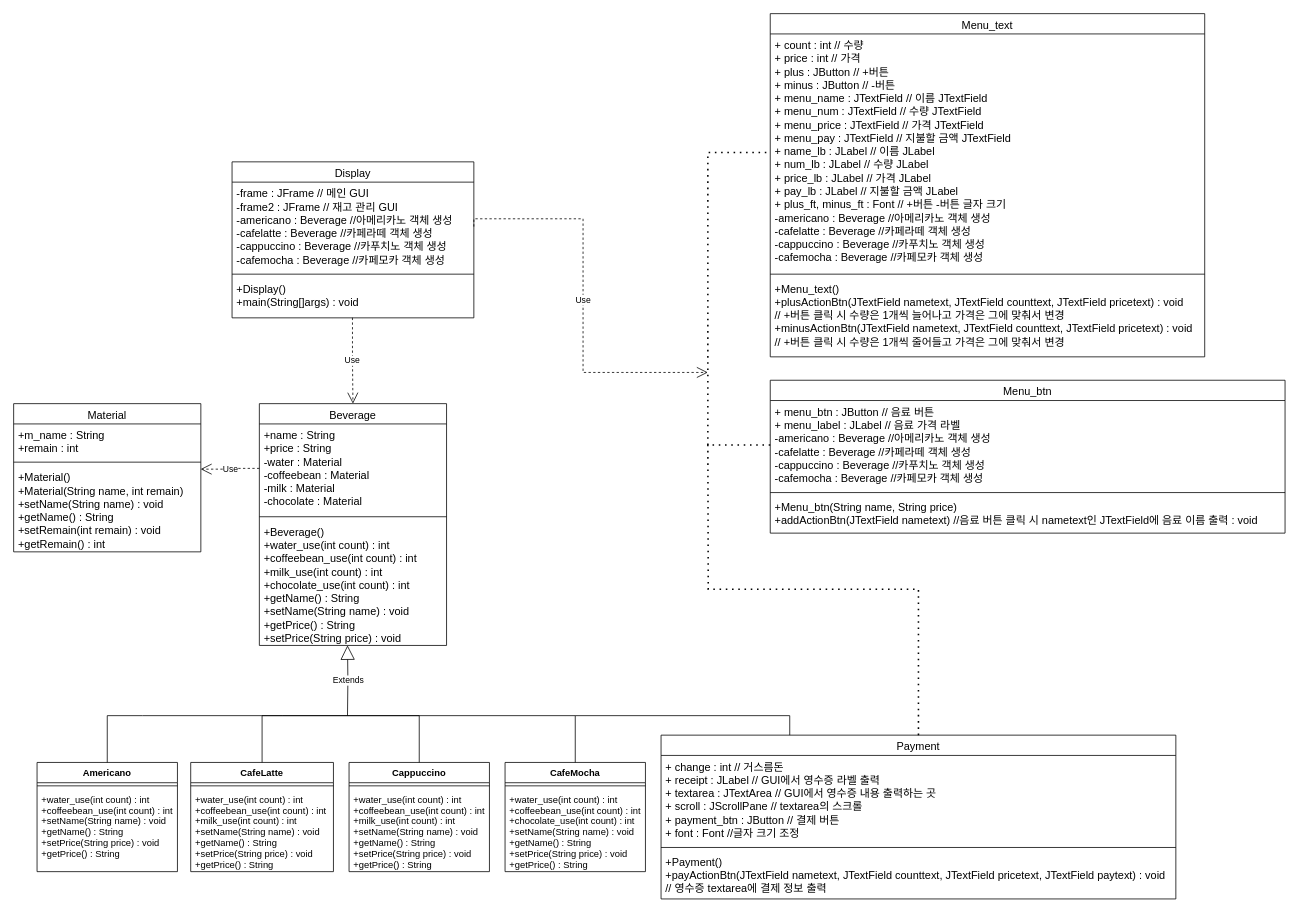
Before: Untitled Diagram.drawio in ans2568/Messenger, a draw.io diagram. Source tidied: cells renumbered, new cells numbered last; positions are measured from the earlier drawing's top-left corner, leaving out a move shared by most shapes. Both pictures are drawn from the tidied source at 78%, with x=0, y=0 at pixel (13, 13).
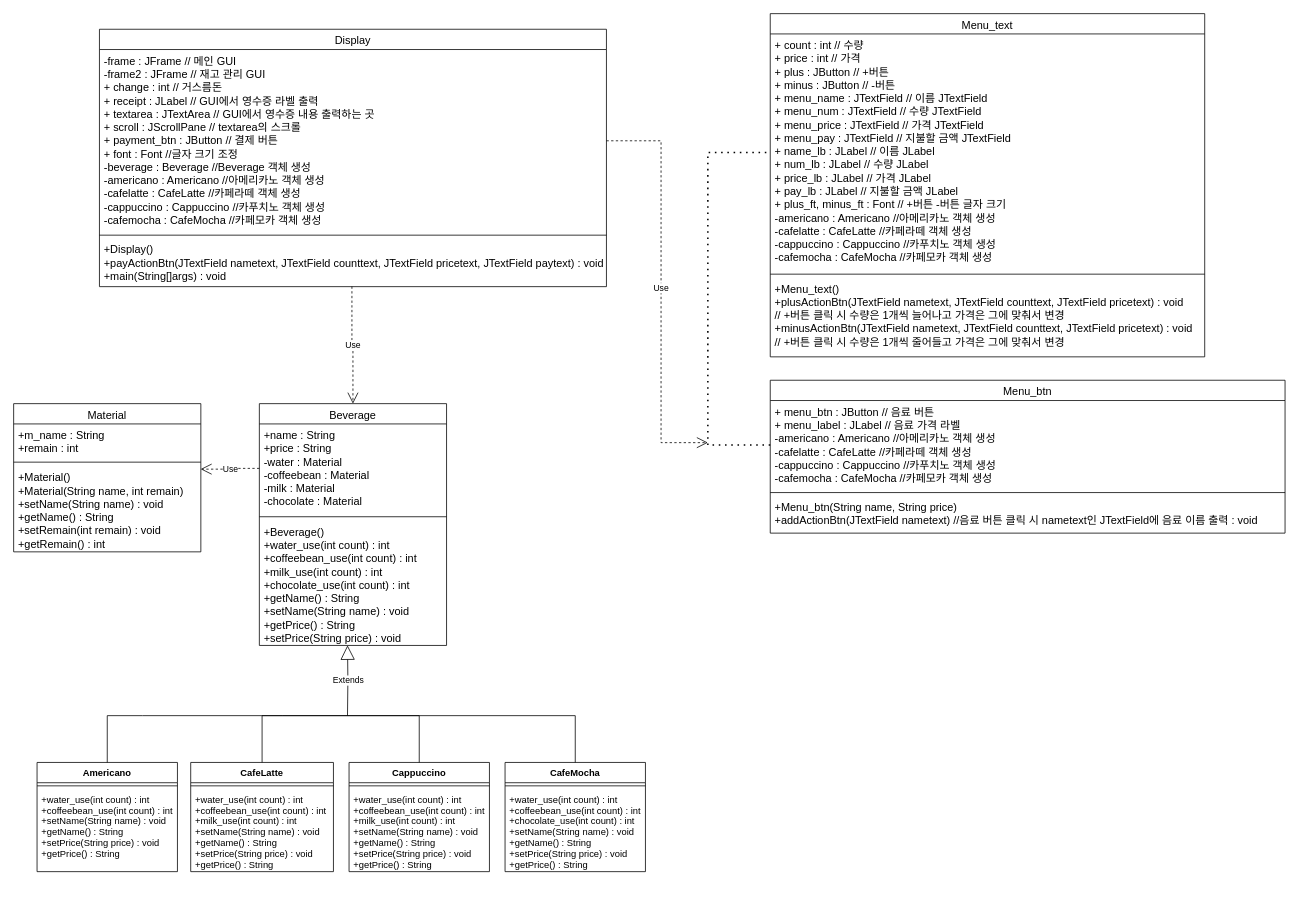
The same diagram, later.

The change refers to these unchanged cells:
```xml
<mxCell id="14" value="Menu_btn" style="swimlane;fontStyle=0;align=center;verticalAlign=top;horizontal=1;startSize=26;rounded=0;shadow=0;strokeWidth=1;fontSize=14;" parent="1" vertex="1">
  <mxGeometry x="970" y="470" width="660" height="196" as="geometry" />
</mxCell>
<mxCell id="18" value="Menu_text" style="swimlane;fontStyle=0;align=center;verticalAlign=top;horizontal=1;startSize=26;rounded=0;shadow=0;strokeWidth=1;fontSize=14;" parent="1" vertex="1">
  <mxGeometry x="970" width="557" height="440" as="geometry" />
</mxCell>
```

Change to the diagram source:
```diff
@@
     <mxCell id="6" value="Display" style="swimlane;fontStyle=0;align=center;verticalAlign=top;horizontal=1;startSize=26;rounded=0;shadow=0;strokeWidth=1;fontSize=14;" parent="1" vertex="1">
-      <mxGeometry x="280" y="190" width="310" height="200" as="geometry" />
+      <mxGeometry x="110" y="20" width="650" height="330" as="geometry" />
     </mxCell>
-    <mxCell id="7" value="-frame : JFrame // 메인 GUI&#10;-frame2 : JFrame // 재고 관리 GUI&#10;-americano : Beverage //아메리카노 객체 생성&#10;-cafelatte : Beverage //카페라떼 객체 생성&#10;-cappuccino : Beverage //카푸치노 객체 생성&#10;-cafemocha : Beverage //카페모카 객체 생성" style="text;align=left;verticalAlign=top;spacingLeft=4;spacingRight=4;overflow=hidden;points=[[0,0.5],[1,0.5]];portConstraint=eastwest;fontSize=14;" parent="6" vertex="1">
-      <mxGeometry y="26" width="310" height="114" as="geometry" />
+    <mxCell id="7" value="-frame : JFrame // 메인 GUI&#10;-frame2 : JFrame // 재고 관리 GUI&#10;+ change : int // 거스름돈&#10;+ receipt : JLabel // GUI에서 영수증 라벨 출력&#10;+ textarea : JTextArea // GUI에서 영수증 내용 출력하는 곳&#10;+ scroll : JScrollPane // textarea의 스크롤&#10;+ payment_btn : JButton // 결제 버튼&#10;+ font : Font //글자 크기 조정&#10;-beverage : Beverage //Beverage 객체 생성&#10;-americano : Americano //아메리카노 객체 생성&#10;-cafelatte : CafeLatte //카페라떼 객체 생성&#10;-cappuccino : Cappuccino //카푸치노 객체 생성&#10;-cafemocha : CafeMocha //카페모카 객체 생성" style="text;align=left;verticalAlign=top;spacingLeft=4;spacingRight=4;overflow=hidden;points=[[0,0.5],[1,0.5]];portConstraint=eastwest;fontSize=14;" parent="6" vertex="1">
+      <mxGeometry y="26" width="650" height="234" as="geometry" />
     </mxCell>
     <mxCell id="8" style="line;html=1;strokeWidth=1;align=left;verticalAlign=middle;spacingTop=-1;spacingLeft=3;spacingRight=3;labelPosition=right;fontSize=14;" parent="6" vertex="1">
-      <mxGeometry y="140" width="310" height="8" as="geometry" />
+      <mxGeometry y="260" width="650" height="8" as="geometry" />
     </mxCell>
-    <mxCell id="9" value="+Display()&#10;+main(String[]args) : void" style="text;strokeColor=none;fillColor=none;align=left;verticalAlign=top;spacingLeft=4;spacingRight=4;overflow=hidden;points=[[0,0.5],[1,0.5]];portConstraint=eastwest;fontSize=14;" parent="6" vertex="1">
-      <mxGeometry y="148" width="310" height="52" as="geometry" />
+    <mxCell id="9" value="+Display()&#10;+payActionBtn(JTextField nametext, JTextField counttext, JTextField pricetext, JTextField paytext) : void&#10;+main(String[]args) : void" style="text;strokeColor=none;fillColor=none;align=left;verticalAlign=top;spacingLeft=4;spacingRight=4;overflow=hidden;points=[[0,0.5],[1,0.5]];portConstraint=eastwest;fontSize=14;" parent="6" vertex="1">
+      <mxGeometry y="268" width="650" height="62" as="geometry" />
     </mxCell>
-    <mxCell id="10" value="Payment" style="swimlane;fontStyle=0;align=center;verticalAlign=top;horizontal=1;startSize=26;rounded=0;shadow=0;strokeWidth=1;fontSize=14;" parent="1" vertex="1">
-      <mxGeometry x="830" y="925" width="660" height="210" as="geometry" />
-    </mxCell>
-    <mxCell id="11" value="+ change : int // 거스름돈&#10;+ receipt : JLabel // GUI에서 영수증 라벨 출력&#10;+ textarea : JTextArea // GUI에서 영수증 내용 출력하는 곳&#10;+ scroll : JScrollPane // textarea의 스크롤&#10;+ payment_btn : JButton // 결제 버튼&#10;+ font : Font //글자 크기 조정" style="text;align=left;verticalAlign=top;spacingLeft=4;spacingRight=4;overflow=hidden;fontSize=14;" parent="10" vertex="1">
-      <mxGeometry y="26" width="660" height="114" as="geometry" />
-    </mxCell>
-    <mxCell id="12" style="line;html=1;strokeWidth=1;align=left;verticalAlign=middle;spacingTop=-1;spacingLeft=3;spacingRight=3;labelPosition=right;fontSize=14;" parent="10" vertex="1">
-      <mxGeometry y="140" width="660" height="8" as="geometry" />
-    </mxCell>
-    <mxCell id="13" value="+Payment() &#10;+payActionBtn(JTextField nametext, JTextField counttext, JTextField pricetext, JTextField paytext) : void&#10;// 영수증 textarea에 결제 정보 출력" style="text;align=left;verticalAlign=top;spacingLeft=4;spacingRight=4;overflow=hidden;fontSize=14;" parent="10" vertex="1">
-      <mxGeometry y="148" width="660" height="62" as="geometry" />
-    </mxCell>
@@
-    <mxCell id="15" value="+ menu_btn : JButton // 음료 버튼&#10;+ menu_label : JLabel // 음료 가격 라벨&#10;-americano : Beverage //아메리카노 객체 생성&#10;-cafelatte : Beverage //카페라떼 객체 생성&#10;-cappuccino : Beverage //카푸치노 객체 생성&#10;-cafemocha : Beverage //카페모카 객체 생성" style="text;align=left;verticalAlign=top;spacingLeft=4;spacingRight=4;overflow=hidden;points=[[0,0.5],[1,0.5]];portConstraint=eastwest;fontSize=14;" parent="14" vertex="1">
+    <mxCell id="15" value="+ menu_btn : JButton // 음료 버튼&#10;+ menu_label : JLabel // 음료 가격 라벨&#10;-americano : Americano //아메리카노 객체 생성&#10;-cafelatte : CafeLatte //카페라떼 객체 생성&#10;-cappuccino : Cappuccino //카푸치노 객체 생성&#10;-cafemocha : CafeMocha //카페모카 객체 생성" style="text;align=left;verticalAlign=top;spacingLeft=4;spacingRight=4;overflow=hidden;points=[[0,0.5],[1,0.5]];portConstraint=eastwest;fontSize=14;" parent="14" vertex="1">
       <mxGeometry y="26" width="660" height="114" as="geometry" />
     </mxCell>
@@
-    <mxCell id="19" value="+ count : int // 수량&#10;+ price : int // 가격&#10;+ plus : JButton // +버튼&#10;+ minus : JButton // -버튼&#10;+ menu_name : JTextField // 이름 JTextField&#10;+ menu_num : JTextField // 수량 JTextField&#10;+ menu_price : JTextField // 가격 JTextField&#10;+ menu_pay : JTextField // 지불할 금액 JTextField&#10;+ name_lb : JLabel // 이름 JLabel&#10;+ num_lb : JLabel // 수량 JLabel&#10;+ price_lb : JLabel // 가격 JLabel&#10;+ pay_lb : JLabel // 지불할 금액 JLabel&#10;+ plus_ft, minus_ft : Font // +버튼 -버튼 글자 크기&#10;-americano : Beverage //아메리카노 객체 생성&#10;-cafelatte : Beverage //카페라떼 객체 생성&#10;-cappuccino : Beverage //카푸치노 객체 생성&#10;-cafemocha : Beverage //카페모카 객체 생성" style="text;align=left;verticalAlign=top;spacingLeft=4;spacingRight=4;overflow=hidden;points=[[0,0.5],[1,0.5]];portConstraint=eastwest;fontSize=14;" parent="18" vertex="1">
+    <mxCell id="19" value="+ count : int // 수량&#10;+ price : int // 가격&#10;+ plus : JButton // +버튼&#10;+ minus : JButton // -버튼&#10;+ menu_name : JTextField // 이름 JTextField&#10;+ menu_num : JTextField // 수량 JTextField&#10;+ menu_price : JTextField // 가격 JTextField&#10;+ menu_pay : JTextField // 지불할 금액 JTextField&#10;+ name_lb : JLabel // 이름 JLabel&#10;+ num_lb : JLabel // 수량 JLabel&#10;+ price_lb : JLabel // 가격 JLabel&#10;+ pay_lb : JLabel // 지불할 금액 JLabel&#10;+ plus_ft, minus_ft : Font // +버튼 -버튼 글자 크기&#10;-americano : Americano //아메리카노 객체 생성&#10;-cafelatte : CafeLatte //카페라떼 객체 생성&#10;-cappuccino : Cappuccino //카푸치노 객체 생성&#10;-cafemocha : CafeMocha //카페모카 객체 생성" style="text;align=left;verticalAlign=top;spacingLeft=4;spacingRight=4;overflow=hidden;points=[[0,0.5],[1,0.5]];portConstraint=eastwest;fontSize=14;" parent="18" vertex="1">
       <mxGeometry y="26" width="557" height="304" as="geometry" />
     </mxCell>
@@
     <mxCell id="43" value="Use" style="endArrow=open;endSize=12;dashed=1;html=1;rounded=0;edgeStyle=orthogonalEdgeStyle;exitX=1;exitY=0.5;exitDx=0;exitDy=0;" parent="1" edge="1" source="7">
       <mxGeometry relative="1" as="geometry">
-        <mxPoint x="890" y="460" as="targetPoint" />
+        <mxPoint x="890" y="550" as="targetPoint" />
         <Array as="points">
-          <mxPoint x="590" y="263" />
-          <mxPoint x="730" y="263" />
-          <mxPoint x="730" y="460" />
-          <mxPoint x="850" y="460" />
+          <mxPoint x="830" y="163" />
+          <mxPoint x="830" y="550" />
         </Array>
       </mxGeometry>
     </mxCell>
@@
-    <mxCell id="45" style="endArrow=none;dashed=1;html=1;dashPattern=1 3;strokeWidth=2;rounded=0;edgeStyle=orthogonalEdgeStyle;exitX=0.5;exitY=0;exitDx=0;exitDy=0;" parent="1" edge="1" source="10">
-      <mxGeometry relative="1" as="geometry">
-        <mxPoint x="890" y="550" as="targetPoint" />
-      </mxGeometry>
-    </mxCell>
-    <mxCell id="46" style="endArrow=none;html=1;rounded=0;edgeStyle=orthogonalEdgeStyle;entryX=0.25;entryY=0;entryDx=0;entryDy=0;" parent="1" edge="1" target="10">
-      <mxGeometry relative="1" as="geometry">
-        <mxPoint x="720" y="900" as="sourcePoint" />
-        <Array as="points">
-          <mxPoint x="995" y="900" />
-        </Array>
-      </mxGeometry>
-    </mxCell>
```
